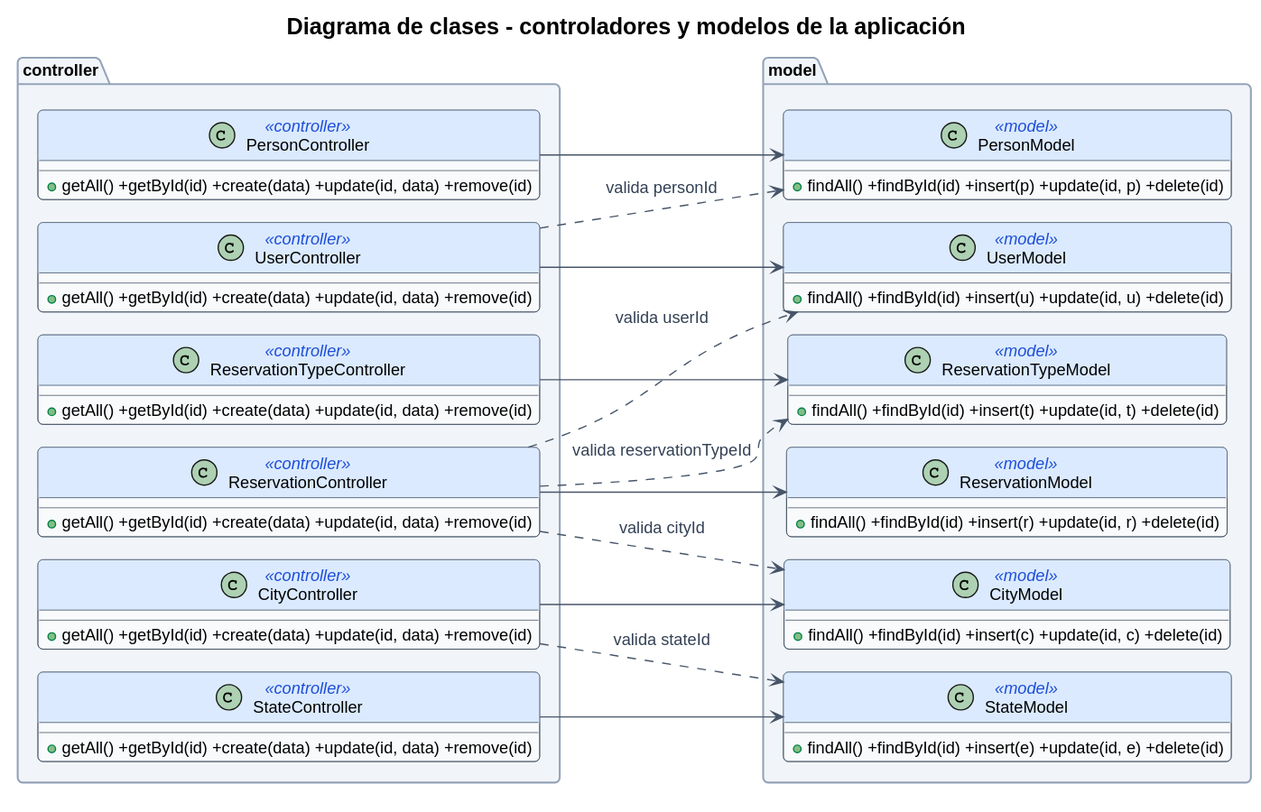
code-sena/project-mvc keeps this PlantUML diagram as public/docs/architecture/diagrams/05-class-controller-model.svg. Above is the earlier version.
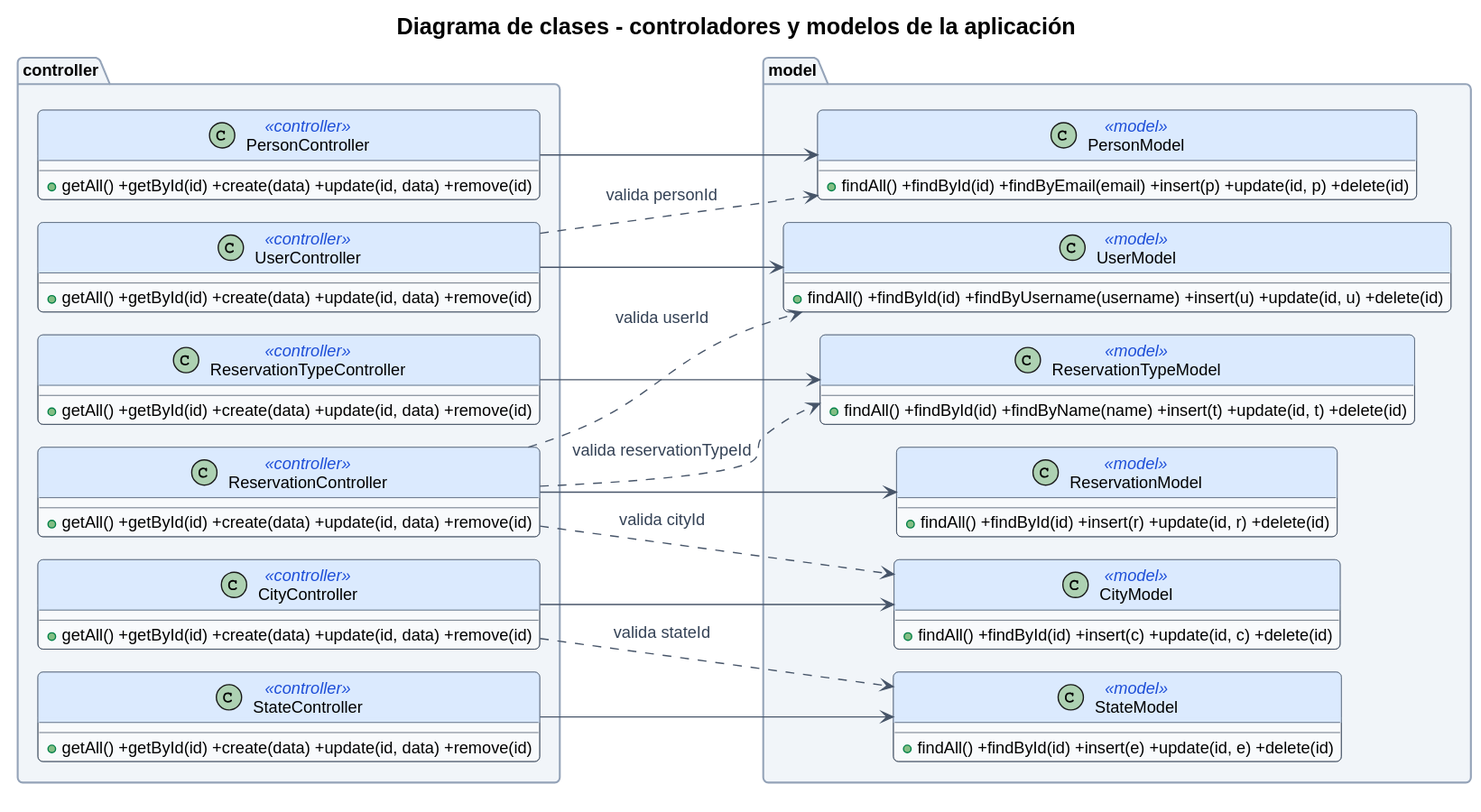
Later version of the same file.

Commit message:
docs(architecture): complete sequence and class diagrams for all entities

Change to the diagram source:
```diff
@@ -26,13 +26,13 @@
 
 package "model" {
   class PersonModel <<model>> {
-    +findAll() +findById(id) +insert(p) +update(id, p) +delete(id)
+    +findAll() +findById(id) +findByEmail(email) +insert(p) +update(id, p) +delete(id)
   }
   class UserModel <<model>> {
-    +findAll() +findById(id) +insert(u) +update(id, u) +delete(id)
+    +findAll() +findById(id) +findByUsername(username) +insert(u) +update(id, u) +delete(id)
   }
   class ReservationTypeModel <<model>> {
-    +findAll() +findById(id) +insert(t) +update(id, t) +delete(id)
+    +findAll() +findById(id) +findByName(name) +insert(t) +update(id, t) +delete(id)
   }
   class ReservationModel <<model>> {
     +findAll() +findById(id) +insert(r) +update(id, r) +delete(id)
```
